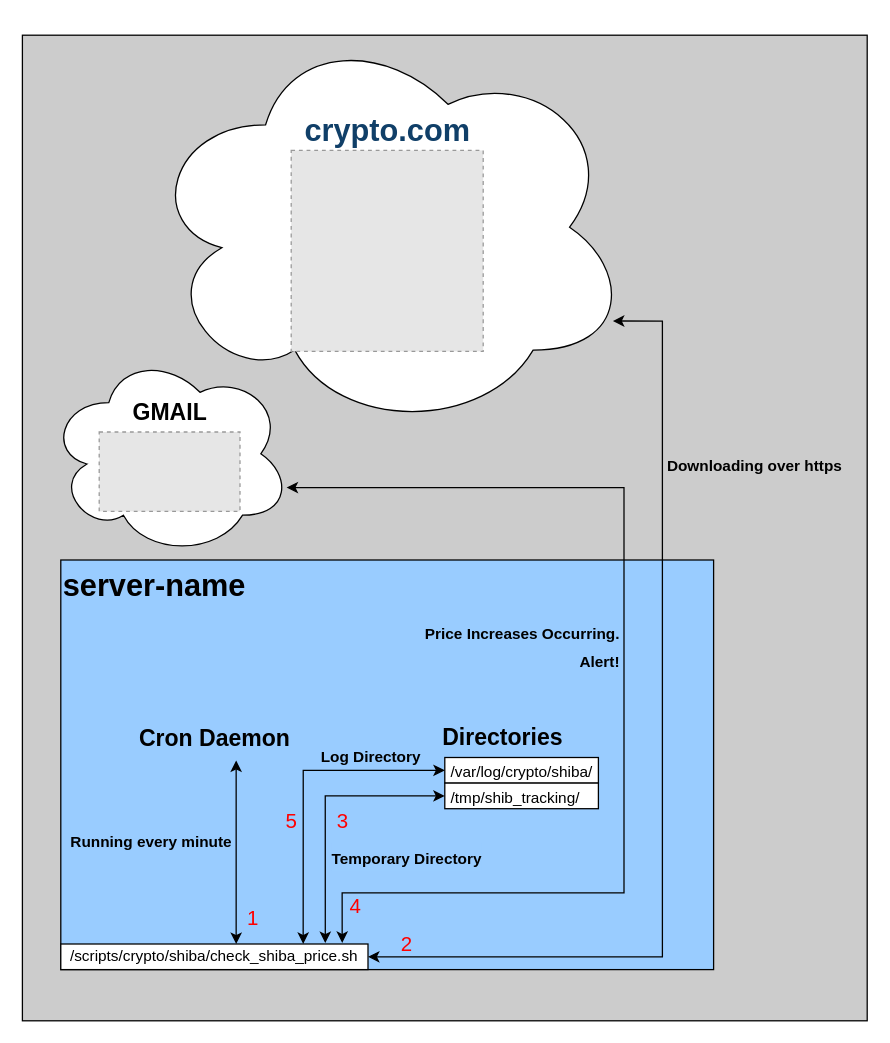
Earlier version of the draw.io diagram shib_monitoring.drawio (tschrock5252/shiba_monitoring). Source tidied: cells renumbered, new cells numbered last; positions are measured from the earlier drawing's top-left corner, leaving out a move shared by most shapes. Both pictures are drawn from the tidied source at 128%, with x=0, y=0 at pixel (22, 22). Pictures stored in the file or linked from it are replaced by grey dashed boxes.
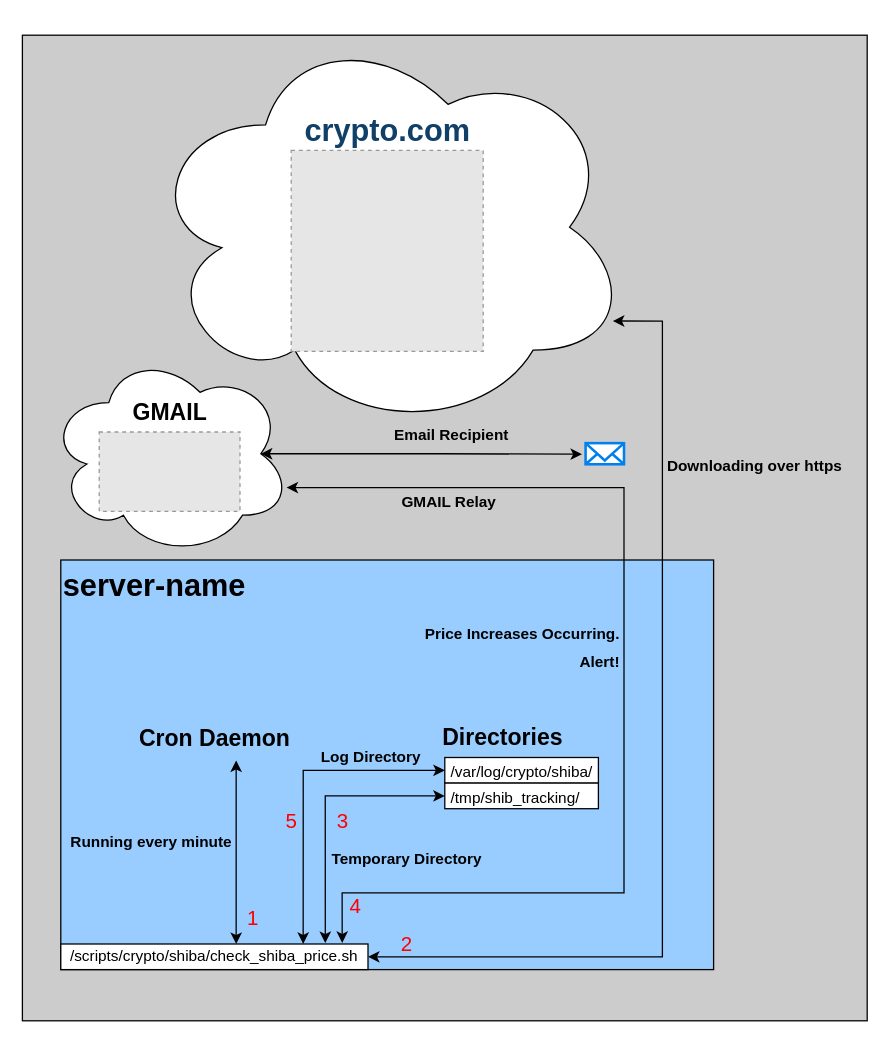
After the change.

Unchanged cells that the change refers to:
```xml
<mxCell id="20" style="ellipse;shape=cloud;whiteSpace=wrap;html=1;fontSize=18;align=left;verticalAlign=top;" parent="1" vertex="1">
  <mxGeometry x="20" y="257" width="190" height="160" as="geometry" />
</mxCell>
<mxCell id="23" style="endArrow=classic;startArrow=classic;html=1;rounded=0;fontSize=16;fontColor=#000000;edgeStyle=orthogonalEdgeStyle;exitX=0.916;exitY=-0.043;exitDx=0;exitDy=0;exitPerimeter=0;entryX=0.981;entryY=0.665;entryDx=0;entryDy=0;entryPerimeter=0;" parent="1" edge="1" source="4" target="20">
  <mxGeometry relative="1" as="geometry">
    <Array as="points">
      <mxPoint x="250" y="680" />
      <mxPoint x="470" y="680" />
      <mxPoint x="470" y="363" />
    </Array>
  </mxGeometry>
</mxCell>
```

The edit, as a diff of the source:
```diff
@@
+    <mxCell id="30" value="GMAIL Relay" style="edgeLabel;html=1;align=center;verticalAlign=middle;fontSize=12;labelBackgroundColor=none;fontStyle=1;" parent="23" vertex="1">
+      <mxGeometry x="0.89" y="2" relative="1" as="geometry">
+        <mxPoint x="80" y="9" as="offset" />
+      </mxGeometry>
+    </mxCell>
@@
+    <mxCell id="31" style="html=1;verticalLabelPosition=bottom;align=center;labelBackgroundColor=#ffffff;verticalAlign=top;strokeWidth=2;strokeColor=#0080F0;shadow=0;dashed=0;shape=mxgraph.ios7.icons.mail;fontSize=12;" parent="1" vertex="1">
+      <mxGeometry x="440" y="328.7" width="30" height="16.5" as="geometry" />
+    </mxCell>
+    <mxCell id="32" style="endArrow=classic;startArrow=classic;html=1;rounded=0;fontSize=12;edgeStyle=orthogonalEdgeStyle;entryX=-0.093;entryY=0.525;entryDx=0;entryDy=0;entryPerimeter=0;exitX=0.875;exitY=0.5;exitDx=0;exitDy=0;exitPerimeter=0;" parent="1" edge="1" source="20" target="31">
+      <mxGeometry relative="1" as="geometry" />
+    </mxCell>
+    <mxCell id="33" value="&lt;b&gt;Email Recipient&lt;/b&gt;" style="edgeLabel;html=1;align=center;verticalAlign=middle;fontSize=12;labelBackgroundColor=none;" parent="32" vertex="1">
+      <mxGeometry x="0.17" y="-1" relative="1" as="geometry">
+        <mxPoint x="2" y="-16" as="offset" />
+      </mxGeometry>
+    </mxCell>
```
